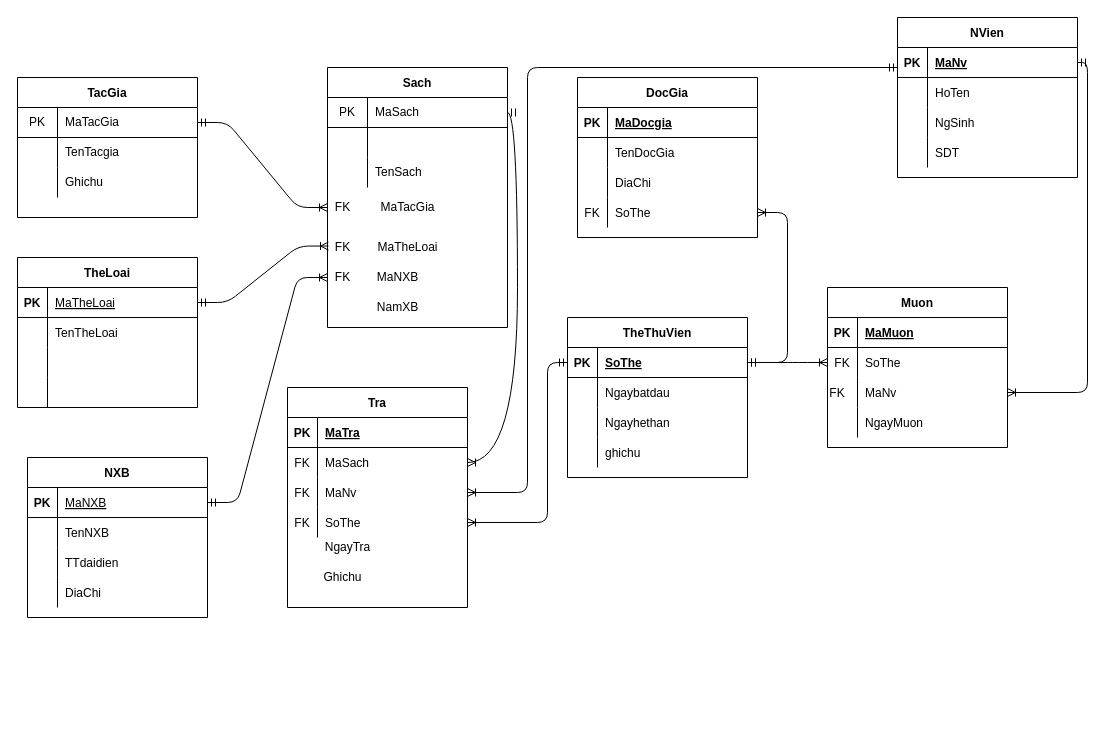
nam6626/NHOM_10_BK06K11 keeps this draw.io diagram as Untitled Diagram.drawio. Above is the earlier version. Source tidied: cells renumbered, new cells numbered last; positions are measured from the earlier drawing's top-left corner, leaving out a move shared by most shapes. Both pictures are drawn from the tidied source at 100%, with x=0, y=0 at pixel (17, 17).
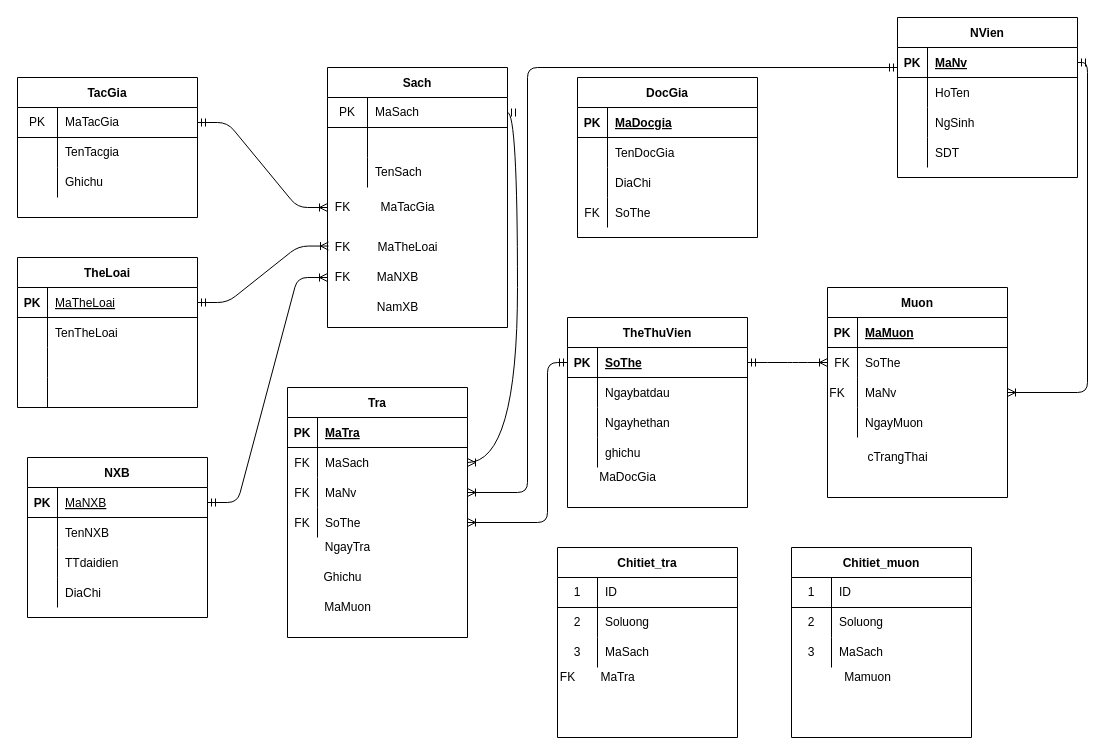
The same diagram, later.

The change refers to these unchanged cells:
```xml
<mxCell id="69" style="shape=partialRectangle;fillColor=none;top=0;left=0;bottom=0;right=0;points=[[0,0.5],[1,0.5]];portConstraint=eastwest;" parent="59" vertex="1">
  <mxGeometry y="120" width="180" height="30" as="geometry" />
</mxCell>
<mxCell id="73" style="shape=partialRectangle;fillColor=none;top=0;left=0;bottom=1;right=0;points=[[0,0.5],[1,0.5]];portConstraint=eastwest;" parent="72" vertex="1">
  <mxGeometry y="30" width="180" height="30" as="geometry" />
</mxCell>
```

What changed in the source:
```diff
@@
     <mxCell id="72" value="TheThuVien" style="shape=table;startSize=30;childLayout=tableLayout;rowLines=0;fontStyle=1;align=center;" parent="1" vertex="1">
-      <mxGeometry x="550" y="300" width="180" height="160" as="geometry" />
+      <mxGeometry x="550" y="300" width="180" height="190" as="geometry" />
     </mxCell>
@@
     <mxCell id="98" value="Muon" style="shape=table;startSize=30;childLayout=tableLayout;rowLines=0;fontStyle=1;align=center;" parent="1" vertex="1">
-      <mxGeometry x="810" y="270" width="180" height="160" as="geometry" />
+      <mxGeometry x="810" y="270" width="180" height="210" as="geometry" />
     </mxCell>
@@
-    <mxCell id="111" style="edgeStyle=entityRelationEdgeStyle;fontSize=12;html=1;endArrow=ERoneToMany;startArrow=ERmandOne;shadow=0;" parent="1" edge="1" source="73" target="69">
-      <mxGeometry relative="1" as="geometry" />
-    </mxCell>
@@
     <mxCell id="113" value="Tra" style="shape=table;startSize=30;childLayout=tableLayout;rowLines=0;fontStyle=1;align=center;" parent="1" vertex="1">
-      <mxGeometry x="270" y="370" width="180" height="220" as="geometry" />
+      <mxGeometry x="270" y="370" width="180" height="250" as="geometry" />
     </mxCell>
@@
+    <mxCell id="132" value="MaDocGia" style="text;html=1;align=center;verticalAlign=middle;strokeColor=none;" parent="1" vertex="1">
+      <mxGeometry x="575" y="450" width="70" height="20" as="geometry" />
+    </mxCell>
+    <mxCell id="133" value="Chitiet_tra" style="shape=table;startSize=30;childLayout=tableLayout;rowLines=0;fontStyle=1;align=center;" parent="1" vertex="1">
+      <mxGeometry x="540" y="530" width="180" height="190" as="geometry" />
+    </mxCell>
+    <mxCell id="134" style="shape=partialRectangle;html=1;whiteSpace=wrap;fillColor=none;top=0;left=0;bottom=1;right=0;" parent="133" vertex="1">
+      <mxGeometry y="30" width="180" height="30" as="geometry" />
+    </mxCell>
+    <mxCell id="135" value="1" style="shape=partialRectangle;html=1;whiteSpace=wrap;fillColor=none;top=0;left=0;bottom=0;right=0;overflow=hidden;" parent="134" vertex="1">
+      <mxGeometry width="40" height="30" as="geometry" />
+    </mxCell>
+    <mxCell id="136" value="ID" style="shape=partialRectangle;html=1;whiteSpace=wrap;fillColor=none;top=0;left=0;bottom=0;right=0;align=left;spacingLeft=6;overflow=hidden;" parent="134" vertex="1">
+      <mxGeometry x="40" width="140" height="30" as="geometry" />
+    </mxCell>
+    <mxCell id="137" style="shape=partialRectangle;html=1;whiteSpace=wrap;fillColor=none;top=0;left=0;bottom=0;right=0;" parent="133" vertex="1">
+      <mxGeometry y="60" width="180" height="30" as="geometry" />
+    </mxCell>
+    <mxCell id="138" value="2" style="shape=partialRectangle;html=1;whiteSpace=wrap;fillColor=none;top=0;left=0;bottom=0;right=0;overflow=hidden;" parent="137" vertex="1">
+      <mxGeometry width="40" height="30" as="geometry" />
+    </mxCell>
+    <mxCell id="139" value="Soluong" style="shape=partialRectangle;html=1;whiteSpace=wrap;fillColor=none;top=0;left=0;bottom=0;right=0;align=left;spacingLeft=6;overflow=hidden;" parent="137" vertex="1">
+      <mxGeometry x="40" width="140" height="30" as="geometry" />
+    </mxCell>
+    <mxCell id="140" style="shape=partialRectangle;html=1;whiteSpace=wrap;fillColor=none;top=0;left=0;bottom=0;right=0;" parent="133" vertex="1">
+      <mxGeometry y="90" width="180" height="30" as="geometry" />
+    </mxCell>
+    <mxCell id="141" value="3" style="shape=partialRectangle;html=1;whiteSpace=wrap;fillColor=none;top=0;left=0;bottom=0;right=0;overflow=hidden;" parent="140" vertex="1">
+      <mxGeometry width="40" height="30" as="geometry" />
+    </mxCell>
+    <mxCell id="142" value="MaSach" style="shape=partialRectangle;html=1;whiteSpace=wrap;fillColor=none;top=0;left=0;bottom=0;right=0;align=left;spacingLeft=6;overflow=hidden;" parent="140" vertex="1">
+      <mxGeometry x="40" width="140" height="30" as="geometry" />
+    </mxCell>
+    <mxCell id="143" value="&lt;span style=&quot;text-align: left&quot;&gt;MaTra&lt;/span&gt;" style="text;html=1;align=center;verticalAlign=middle;strokeColor=none;" parent="1" vertex="1">
+      <mxGeometry x="575" y="650" width="50" height="20" as="geometry" />
+    </mxCell>
+    <mxCell id="144" value="FK" style="text;html=1;align=center;verticalAlign=middle;strokeColor=none;" parent="1" vertex="1">
+      <mxGeometry x="535" y="650" width="30" height="20" as="geometry" />
+    </mxCell>
+    <mxCell id="145" value="MaMuon" style="text;html=1;align=center;verticalAlign=middle;strokeColor=none;" parent="1" vertex="1">
+      <mxGeometry x="300" y="580" width="60" height="20" as="geometry" />
+    </mxCell>
+    <mxCell id="146" value="cTrangThai" style="text;html=1;align=center;verticalAlign=middle;strokeColor=none;" parent="1" vertex="1">
+      <mxGeometry x="840" y="430" width="80" height="20" as="geometry" />
+    </mxCell>
+    <mxCell id="147" value="Chitiet_muon" style="shape=table;startSize=30;childLayout=tableLayout;rowLines=0;fontStyle=1;align=center;" parent="1" vertex="1">
+      <mxGeometry x="774" y="530" width="180" height="190" as="geometry" />
+    </mxCell>
+    <mxCell id="148" style="shape=partialRectangle;html=1;whiteSpace=wrap;fillColor=none;top=0;left=0;bottom=1;right=0;" parent="147" vertex="1">
+      <mxGeometry y="30" width="180" height="30" as="geometry" />
+    </mxCell>
+    <mxCell id="149" value="1" style="shape=partialRectangle;html=1;whiteSpace=wrap;fillColor=none;top=0;left=0;bottom=0;right=0;overflow=hidden;" parent="148" vertex="1">
+      <mxGeometry width="40" height="30" as="geometry" />
+    </mxCell>
+    <mxCell id="150" value="ID" style="shape=partialRectangle;html=1;whiteSpace=wrap;fillColor=none;top=0;left=0;bottom=0;right=0;align=left;spacingLeft=6;overflow=hidden;" parent="148" vertex="1">
+      <mxGeometry x="40" width="140" height="30" as="geometry" />
+    </mxCell>
+    <mxCell id="151" style="shape=partialRectangle;html=1;whiteSpace=wrap;fillColor=none;top=0;left=0;bottom=0;right=0;" parent="147" vertex="1">
+      <mxGeometry y="60" width="180" height="30" as="geometry" />
+    </mxCell>
+    <mxCell id="152" value="2" style="shape=partialRectangle;html=1;whiteSpace=wrap;fillColor=none;top=0;left=0;bottom=0;right=0;overflow=hidden;" parent="151" vertex="1">
+      <mxGeometry width="40" height="30" as="geometry" />
+    </mxCell>
+    <mxCell id="153" value="Soluong" style="shape=partialRectangle;html=1;whiteSpace=wrap;fillColor=none;top=0;left=0;bottom=0;right=0;align=left;spacingLeft=6;overflow=hidden;" parent="151" vertex="1">
+      <mxGeometry x="40" width="140" height="30" as="geometry" />
+    </mxCell>
+    <mxCell id="154" style="shape=partialRectangle;html=1;whiteSpace=wrap;fillColor=none;top=0;left=0;bottom=0;right=0;" parent="147" vertex="1">
+      <mxGeometry y="90" width="180" height="30" as="geometry" />
+    </mxCell>
+    <mxCell id="155" value="3" style="shape=partialRectangle;html=1;whiteSpace=wrap;fillColor=none;top=0;left=0;bottom=0;right=0;overflow=hidden;" parent="154" vertex="1">
+      <mxGeometry width="40" height="30" as="geometry" />
+    </mxCell>
+    <mxCell id="156" value="MaSach" style="shape=partialRectangle;html=1;whiteSpace=wrap;fillColor=none;top=0;left=0;bottom=0;right=0;align=left;spacingLeft=6;overflow=hidden;" parent="154" vertex="1">
+      <mxGeometry x="40" width="140" height="30" as="geometry" />
+    </mxCell>
+    <mxCell id="157" value="Mamuon" style="text;html=1;align=center;verticalAlign=middle;strokeColor=none;" parent="1" vertex="1">
+      <mxGeometry x="820" y="650" width="60" height="20" as="geometry" />
+    </mxCell>
```
